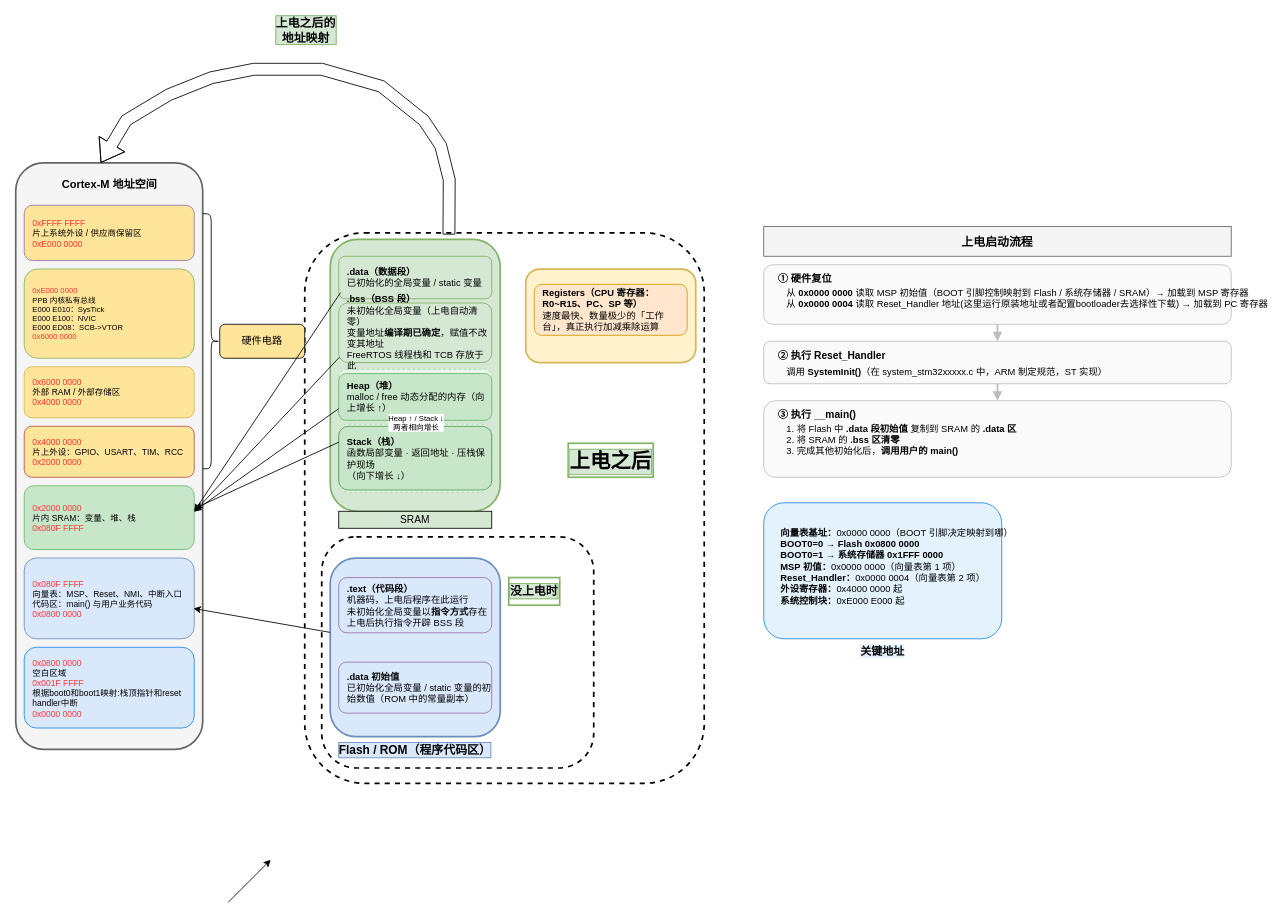
The draw.io diagram 术中自有万钟粟/Cortex-M4内核原理/arm_mcu内存划分.drawio in evil0knight/Basic_learning_record, before the edit. Source tidied: cells renumbered, new cells numbered last; positions are measured from the earlier drawing's top-left corner, leaving out a move shared by most shapes. Both pictures are drawn from the tidied source at 85%, with x=0, y=0 at pixel (15, 69).
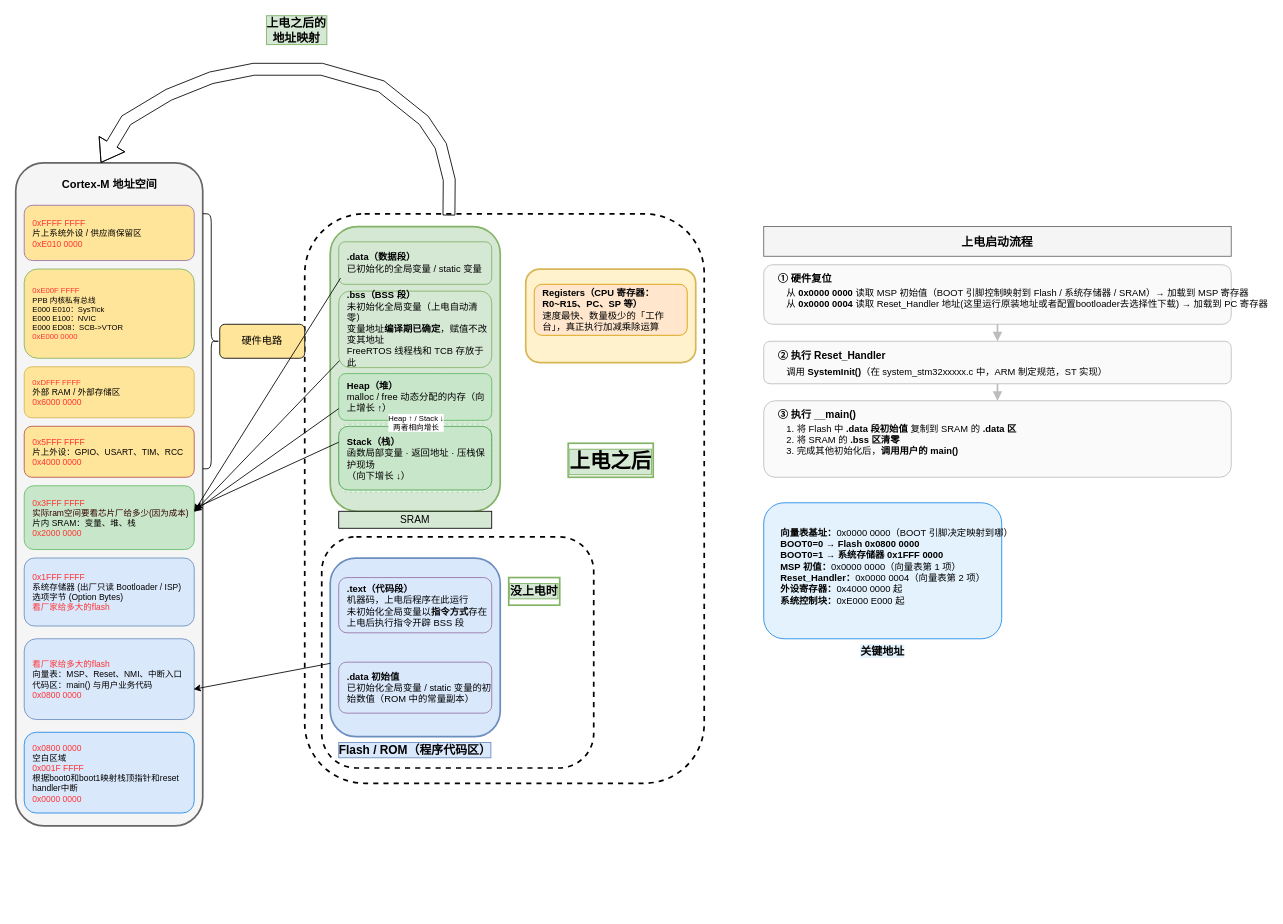
After the change.

Commit message:
更新arm_mcu内存划分.drawio

Change to the diagram source:
```diff
@@
     <mxCell id="2" style="rounded=1;whiteSpace=wrap;html=1;fillColor=#f5f5f5;strokeColor=#666666;strokeWidth=2;" parent="1" vertex="1">
-      <mxGeometry y="110" width="220" height="690" as="geometry" />
+      <mxGeometry y="110" width="220" height="780" as="geometry" />
     </mxCell>
+    <mxCell id="56" style="edgeStyle=orthogonalEdgeStyle;rounded=0;jettySize=auto;html=1;exitX=0.5;exitY=0;exitDx=0;exitDy=0;fontFamily=Helvetica;fontSize=14;fontColor=default;fontStyle=1;labelBorderColor=#82b366;labelBackgroundColor=#d5e8d4;" parent="1" edge="1" source="3">
+      <mxGeometry relative="1" as="geometry">
+        <mxPoint x="575.1" y="170" as="targetPoint" />
+      </mxGeometry>
+    </mxCell>
     <mxCell id="3" style="rounded=1;dashed=1;strokeWidth=2;whiteSpace=wrap;html=1;fillColor=none;" parent="1" vertex="1">
-      <mxGeometry x="340" y="192.5" width="470" height="647.5" as="geometry" />
+      <mxGeometry x="340" y="170" width="470" height="670" as="geometry" />
     </mxCell>
@@
     <mxCell id="8" style="rounded=1;whiteSpace=wrap;html=1;fillColor=#d5e8d4;strokeColor=#82b366;fontStyle=1;fontSize=14;verticalAlign=top;verticalLabelPosition=bottom;labelBackgroundColor=#d5e8d4;labelBorderColor=#82b366;labelBorderStyle=solid;strokeWidth=2;arcSize=16;shadow=0;" parent="1" vertex="1">
-      <mxGeometry x="370" y="200" width="200" height="320" as="geometry" />
+      <mxGeometry x="370" y="185" width="200" height="335" as="geometry" />
     </mxCell>
     <mxCell id="9" value="&lt;b&gt;.data（数据段）&lt;/b&gt;&lt;br&gt;已初始化的全局变量 / static 变量" style="rounded=1;whiteSpace=wrap;html=1;fillColor=#d5e8d4;strokeColor=#82b366;fontSize=11;align=left;spacingLeft=8;fontStyle=0;" parent="1" vertex="1">
-      <mxGeometry x="380" y="220" width="180" height="50" as="geometry" />
+      <mxGeometry x="380" y="203" width="180" height="50" as="geometry" />
     </mxCell>
     <mxCell id="10" value="&lt;b&gt;.bss（BSS 段）&lt;/b&gt;&lt;br&gt;未初始化全局变量（上电自动清零）&lt;br&gt;变量地址&lt;b&gt;编译期已确定&lt;/b&gt;，赋值不改变其地址&lt;br&gt;FreeRTOS 线程栈和 TCB 存放于此" style="rounded=1;whiteSpace=wrap;html=1;fillColor=#d5e8d4;strokeColor=#82b366;fontSize=11;align=left;spacingLeft=8;fontStyle=0;" parent="1" vertex="1">
-      <mxGeometry x="380" y="275" width="180" height="70" as="geometry" />
+      <mxGeometry x="380" y="261" width="180" height="90" as="geometry" />
     </mxCell>
     <mxCell id="11" style="rounded=1;whiteSpace=wrap;html=1;fillColor=#e8f5e9;strokeColor=#a5d6a7;fontSize=11;dashed=1;dashPattern=3 3;" parent="1" vertex="1">
-      <mxGeometry x="380" y="353" width="180" height="60" as="geometry" />
+      <mxGeometry x="380" y="358" width="180" height="55" as="geometry" />
     </mxCell>
@@
-    <mxCell id="34" value="&lt;span style=&quot;color: rgb(255, 51, 51);&quot;&gt;0xFFFF FFFF&lt;/span&gt;&lt;br&gt;片上系统外设 / 供应商保留区&lt;br&gt;&lt;span style=&quot;color: rgb(255, 51, 51);&quot;&gt;0xE000 0000&lt;/span&gt;" style="rounded=1;whiteSpace=wrap;html=1;fillColor=#FFE599;strokeColor=#9673a6;fontSize=10;align=left;spacingLeft=8;" parent="1" vertex="1">
+    <mxCell id="34" value="&lt;span style=&quot;color: rgb(255, 51, 51);&quot;&gt;0xFFFF FFFF&lt;/span&gt;&lt;br&gt;片上系统外设 / 供应商保留区&lt;br&gt;&lt;span style=&quot;color: rgb(255, 51, 51);&quot;&gt;0xE010 0000&lt;/span&gt;" style="rounded=1;whiteSpace=wrap;html=1;fillColor=#FFE599;strokeColor=#9673a6;fontSize=10;align=left;spacingLeft=8;" parent="1" vertex="1">
       <mxGeometry x="10" y="160" width="200" height="65" as="geometry" />
     </mxCell>
-    <mxCell id="35" value="&lt;span style=&quot;color: rgb(255, 51, 51);&quot;&gt;0xE000 0000&lt;/span&gt;&lt;br&gt;PPB 内核私有总线&lt;br&gt;E000 E010：SysTick&lt;br&gt;E000 E100：NVIC&lt;br&gt;E000 ED08：SCB-&amp;gt;VTOR&lt;br&gt;&lt;span style=&quot;color: rgb(255, 51, 51);&quot;&gt;0x6000 0000&lt;/span&gt;" style="rounded=1;whiteSpace=wrap;html=1;fillColor=#FFE599;strokeColor=#82b366;fontSize=9;align=left;spacingLeft=8;" parent="1" vertex="1">
+    <mxCell id="35" value="&lt;span style=&quot;color: rgb(255, 51, 51);&quot;&gt;0xE00F FFFF&lt;/span&gt;&lt;br&gt;PPB 内核私有总线&lt;br&gt;E000 E010：SysTick&lt;br&gt;E000 E100：NVIC&lt;br&gt;E000 ED08：SCB-&amp;gt;VTOR&lt;br&gt;&lt;span style=&quot;color: rgb(255, 51, 51);&quot;&gt;0xE000 0000&lt;/span&gt;" style="rounded=1;whiteSpace=wrap;html=1;fillColor=#FFE599;strokeColor=#82b366;fontSize=9;align=left;spacingLeft=8;" parent="1" vertex="1">
       <mxGeometry x="10" y="235" width="200" height="105" as="geometry" />
     </mxCell>
-    <mxCell id="36" value="&lt;span style=&quot;color: rgb(255, 51, 51);&quot;&gt;0x6000 0000&lt;/span&gt;&lt;br&gt;外部 RAM / 外部存储区&lt;br&gt;&lt;span style=&quot;color: rgb(255, 51, 51);&quot;&gt;0x4000 0000&lt;/span&gt;" style="rounded=1;whiteSpace=wrap;html=1;fillColor=#FFE599;strokeColor=#d6b656;fontSize=10;align=left;spacingLeft=8;" parent="1" vertex="1">
+    <mxCell id="36" value="&lt;span style=&quot;color: rgb(255, 51, 51); font-size: 9px;&quot;&gt;0xDFFF FFFF&lt;/span&gt;&lt;br&gt;外部 RAM / 外部存储区&lt;br&gt;&lt;span style=&quot;color: rgb(255, 51, 51);&quot;&gt;0x6000 0000&lt;/span&gt;" style="rounded=1;whiteSpace=wrap;html=1;fillColor=#FFE599;strokeColor=#d6b656;fontSize=10;align=left;spacingLeft=8;" parent="1" vertex="1">
       <mxGeometry x="10" y="350" width="200" height="60" as="geometry" />
     </mxCell>
-    <mxCell id="37" value="&lt;span style=&quot;color: rgb(255, 51, 51);&quot;&gt;0x4000 0000&lt;/span&gt;&lt;br&gt;片上外设：GPIO、USART、TIM、RCC&lt;br&gt;&lt;span style=&quot;color: rgb(255, 51, 51);&quot;&gt;0x2000 0000&lt;/span&gt;" style="rounded=1;whiteSpace=wrap;html=1;fillColor=#FFE599;strokeColor=#b85450;fontSize=10;align=left;spacingLeft=8;" parent="1" vertex="1">
+    <mxCell id="37" value="&lt;span style=&quot;color: rgb(255, 51, 51);&quot;&gt;0x5FFF FFFF&lt;/span&gt;&lt;br&gt;片上外设：GPIO、USART、TIM、RCC&lt;br&gt;&lt;span style=&quot;color: rgb(255, 51, 51);&quot;&gt;0x4000 0000&lt;/span&gt;" style="rounded=1;whiteSpace=wrap;html=1;fillColor=#FFE599;strokeColor=#b85450;fontSize=10;align=left;spacingLeft=8;" parent="1" vertex="1">
       <mxGeometry x="10" y="420" width="200" height="60" as="geometry" />
     </mxCell>
-    <mxCell id="38" value="&lt;span style=&quot;color: rgb(255, 51, 51);&quot;&gt;0x2000 0000&lt;/span&gt;&lt;br&gt;片内 SRAM：变量、堆、栈&lt;br&gt;&lt;span style=&quot;color: rgb(255, 51, 51);&quot;&gt;0x080F FFFF&lt;/span&gt;" style="rounded=1;whiteSpace=wrap;html=1;fillColor=#c8e6c9;strokeColor=#66bb6a;fontSize=10;align=left;spacingLeft=8;" parent="1" vertex="1">
+    <mxCell id="38" value="&lt;span style=&quot;color: rgb(255, 51, 51);&quot;&gt;0x3FFF FFFF&lt;/span&gt;&lt;div&gt;&lt;font&gt;&lt;font color=&quot;#330000&quot;&gt;实际ram空间要看芯片厂给多少(因为成本)&lt;/font&gt;&lt;br&gt;&lt;/font&gt;片内 SRAM：变量、堆、栈&lt;br&gt;&lt;span style=&quot;color: rgb(255, 51, 51);&quot;&gt;0x2000 0000&lt;/span&gt;&lt;/div&gt;" style="rounded=1;whiteSpace=wrap;html=1;fillColor=#c8e6c9;strokeColor=#66bb6a;fontSize=10;align=left;spacingLeft=8;" parent="1" vertex="1">
       <mxGeometry x="10" y="490" width="200" height="75" as="geometry" />
     </mxCell>
-    <mxCell id="39" value="&lt;span style=&quot;color: rgb(255, 51, 51);&quot;&gt;0x080F FFFF&lt;/span&gt;&lt;br&gt;向量表：MSP、Reset、NMI、中断入口&lt;br&gt;代码区：main() 与用户业务代码&lt;br&gt;&lt;span style=&quot;color: rgb(255, 51, 51);&quot;&gt;0x0800 0000&lt;/span&gt;" style="rounded=1;whiteSpace=wrap;html=1;fillColor=#dae8fc;strokeColor=#6c8ebf;fontSize=10;align=left;spacingLeft=8;" parent="1" vertex="1">
-      <mxGeometry x="10" y="575" width="200" height="95" as="geometry" />
+    <mxCell id="39" value="&lt;font color=&quot;#ff3333&quot;&gt;看厂家给多大的flash&lt;/font&gt;&lt;br&gt;向量表：MSP、Reset、NMI、中断入口&lt;br&gt;代码区：main() 与用户业务代码&lt;br&gt;&lt;span style=&quot;color: rgb(255, 51, 51);&quot;&gt;0x0800 0000&lt;/span&gt;" style="rounded=1;whiteSpace=wrap;html=1;fillColor=#dae8fc;strokeColor=#6c8ebf;fontSize=10;align=left;spacingLeft=8;" parent="1" vertex="1">
+      <mxGeometry x="10" y="670" width="200" height="95" as="geometry" />
     </mxCell>
-    <mxCell id="40" value="&lt;span style=&quot;color: rgb(255, 51, 51);&quot;&gt;0x0800 0000&lt;/span&gt;&lt;div&gt;空白区域&lt;br&gt;&lt;span style=&quot;color: rgb(255, 51, 51);&quot;&gt;0x001F FFFF&lt;/span&gt;&lt;div&gt;根据boot0和boot1映射:栈顶指针和reset handler中断&lt;br&gt;&lt;div&gt;&lt;span style=&quot;color: rgb(255, 51, 51);&quot;&gt;0x0000 0000&lt;/span&gt;&lt;/div&gt;&lt;/div&gt;&lt;/div&gt;" style="rounded=1;whiteSpace=wrap;html=1;fillColor=#DAE8FC;strokeColor=#1e88e5;fontSize=10;align=left;spacingLeft=8;" parent="1" vertex="1">
-      <mxGeometry x="10" y="680" width="200" height="95" as="geometry" />
+    <mxCell id="40" value="&lt;span style=&quot;color: rgb(255, 51, 51);&quot;&gt;0x0800 0000&lt;/span&gt;&lt;div&gt;空白区域&lt;br&gt;&lt;span style=&quot;color: rgb(255, 51, 51);&quot;&gt;0x001F FFFF&lt;/span&gt;&lt;div&gt;根据boot0和boot1映射栈顶指针和reset handler中断&lt;br&gt;&lt;div&gt;&lt;span style=&quot;color: rgb(255, 51, 51);&quot;&gt;0x0000 0000&lt;/span&gt;&lt;/div&gt;&lt;/div&gt;&lt;/div&gt;" style="rounded=1;whiteSpace=wrap;html=1;fillColor=#DAE8FC;strokeColor=#1e88e5;fontSize=10;align=left;spacingLeft=8;" parent="1" vertex="1">
+      <mxGeometry x="10" y="780" width="200" height="95" as="geometry" />
     </mxCell>
@@
-    <mxCell id="51" style="endArrow=classic;html=1;rounded=0;fontFamily=Helvetica;fontSize=14;fontColor=default;fontStyle=1;labelBorderColor=#82b366;labelBackgroundColor=#d5e8d4;" parent="1" edge="1">
-      <mxGeometry relative="1" as="geometry">
-        <mxPoint x="250" y="980" as="sourcePoint" />
-        <mxPoint x="300" y="930" as="targetPoint" />
-      </mxGeometry>
-    </mxCell>
@@
+    <mxCell id="57" value="&lt;span style=&quot;color: rgb(255, 51, 51);&quot;&gt;0x1FFF FFFF&lt;/span&gt;&lt;br&gt;系统存储器 (出厂只读 Bootloader / ISP)&lt;div&gt;选项字节 (Option Bytes)&amp;nbsp;&lt;br&gt;&lt;span style=&quot;color: rgb(255, 51, 51);&quot;&gt;看厂家给多大的flash&lt;/span&gt;&lt;br&gt;&lt;/div&gt;" style="rounded=1;whiteSpace=wrap;html=1;fillColor=#dae8fc;strokeColor=#6c8ebf;fontSize=10;align=left;spacingLeft=8;" parent="1" vertex="1">
+      <mxGeometry x="10" y="575" width="200" height="80" as="geometry" />
+    </mxCell>
```
